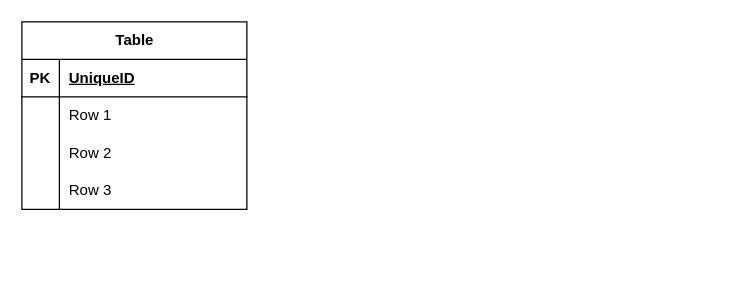
The draw.io diagram trello.drawio in BenDavies1218/2023-OCT-trello, before the edit. Source tidied: cells renumbered, new cells numbered last; positions are measured from the earlier drawing's top-left corner, leaving out a move shared by most shapes. Both pictures are drawn from the tidied source at 125%, with x=0, y=0 at pixel (21, 21).
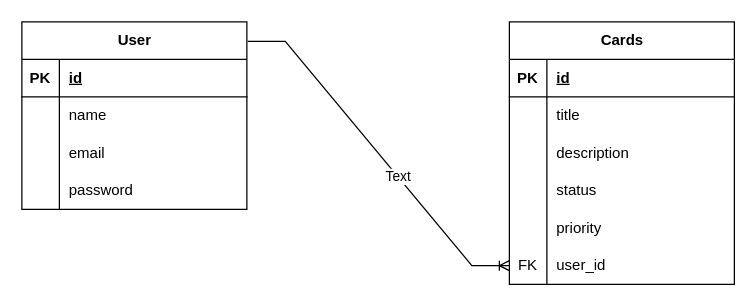
The same diagram, later.

Unchanged cells that the change refers to:
```xml
<mxCell id="3" style="shape=tableRow;horizontal=0;startSize=0;swimlaneHead=0;swimlaneBody=0;fillColor=none;top=0;left=0;right=0;bottom=1;" parent="2" vertex="1">
  <mxGeometry y="30" width="180" height="30" as="geometry" />
</mxCell>
<mxCell id="6" style="shape=tableRow;horizontal=0;startSize=0;swimlaneHead=0;swimlaneBody=0;fillColor=none;top=0;left=0;right=0;bottom=0;" parent="2" vertex="1">
  <mxGeometry y="60" width="180" height="30" as="geometry" />
</mxCell>
<mxCell id="9" style="shape=tableRow;horizontal=0;startSize=0;swimlaneHead=0;swimlaneBody=0;fillColor=none;top=0;left=0;right=0;bottom=0;" parent="2" vertex="1">
  <mxGeometry y="90" width="180" height="30" as="geometry" />
</mxCell>
<mxCell id="12" style="shape=tableRow;horizontal=0;startSize=0;swimlaneHead=0;swimlaneBody=0;fillColor=none;top=0;left=0;right=0;bottom=0;" parent="2" vertex="1">
  <mxGeometry y="120" width="180" height="30" as="geometry" />
</mxCell>
```

Diff of the diagram source:
```diff
@@
-    <mxCell id="2" value="Table" style="shape=table;startSize=30;childLayout=tableLayout;rowLines=0;fontStyle=1;align=center;html=1;" parent="1" vertex="1">
+    <mxCell id="2" value="User" style="shape=table;startSize=30;childLayout=tableLayout;rowLines=0;fontStyle=1;align=center;html=1;" parent="1" vertex="1">
       <mxGeometry width="180" height="150" as="geometry" />
     </mxCell>
@@
-    <mxCell id="5" value="UniqueID" style="shape=partialRectangle;fillColor=none;top=0;left=0;bottom=0;right=0;align=left;spacingLeft=6;fontStyle=5;overflow=hidden;whiteSpace=wrap;html=1;" parent="3" vertex="1">
+    <mxCell id="5" value="id" style="shape=partialRectangle;fillColor=none;top=0;left=0;bottom=0;right=0;align=left;spacingLeft=6;fontStyle=5;overflow=hidden;whiteSpace=wrap;html=1;" parent="3" vertex="1">
       <mxGeometry x="30" width="150" height="30" as="geometry" />
     </mxCell>
@@
-    <mxCell id="8" value="Row 1" style="shape=partialRectangle;fillColor=none;top=0;left=0;bottom=0;right=0;align=left;spacingLeft=6;overflow=hidden;whiteSpace=wrap;html=1;" parent="6" vertex="1">
+    <mxCell id="8" value="name" style="shape=partialRectangle;fillColor=none;top=0;left=0;bottom=0;right=0;align=left;spacingLeft=6;overflow=hidden;whiteSpace=wrap;html=1;" parent="6" vertex="1">
       <mxGeometry x="30" width="150" height="30" as="geometry" />
     </mxCell>
@@
-    <mxCell id="11" value="Row 2" style="shape=partialRectangle;fillColor=none;top=0;left=0;bottom=0;right=0;align=left;spacingLeft=6;overflow=hidden;whiteSpace=wrap;html=1;" parent="9" vertex="1">
+    <mxCell id="11" value="email" style="shape=partialRectangle;fillColor=none;top=0;left=0;bottom=0;right=0;align=left;spacingLeft=6;overflow=hidden;whiteSpace=wrap;html=1;" parent="9" vertex="1">
       <mxGeometry x="30" width="150" height="30" as="geometry" />
     </mxCell>
@@
-    <mxCell id="14" value="Row 3" style="shape=partialRectangle;fillColor=none;top=0;left=0;bottom=0;right=0;align=left;spacingLeft=6;overflow=hidden;whiteSpace=wrap;html=1;" parent="12" vertex="1">
+    <mxCell id="14" value="password&lt;span style=&quot;white-space: pre;&quot;&gt;&#9;&lt;/span&gt;&lt;span style=&quot;white-space: pre;&quot;&gt;&#9;&lt;/span&gt;&lt;span style=&quot;white-space: pre;&quot;&gt;&#9;&lt;/span&gt;&lt;span style=&quot;white-space: pre;&quot;&gt;&#9;&lt;/span&gt;&lt;span style=&quot;white-space: pre;&quot;&gt;&#9;&lt;/span&gt;&lt;span style=&quot;white-space: pre;&quot;&gt;&#9;&lt;/span&gt;" style="shape=partialRectangle;fillColor=none;top=0;left=0;bottom=0;right=0;align=left;spacingLeft=6;overflow=hidden;whiteSpace=wrap;html=1;" parent="12" vertex="1">
       <mxGeometry x="30" width="150" height="30" as="geometry" />
     </mxCell>
+    <mxCell id="15" value="Cards" style="shape=table;startSize=30;childLayout=tableLayout;rowLines=0;fontStyle=1;align=center;html=1;" parent="1" vertex="1">
+      <mxGeometry x="390" width="180" height="210" as="geometry" />
+    </mxCell>
+    <mxCell id="16" style="shape=tableRow;horizontal=0;startSize=0;swimlaneHead=0;swimlaneBody=0;fillColor=none;top=0;left=0;right=0;bottom=1;" parent="15" vertex="1">
+      <mxGeometry y="30" width="180" height="30" as="geometry" />
+    </mxCell>
+    <mxCell id="17" value="PK" style="shape=partialRectangle;fillColor=none;top=0;left=0;bottom=0;right=0;fontStyle=1;overflow=hidden;whiteSpace=wrap;html=1;" parent="16" vertex="1">
+      <mxGeometry width="30" height="30" as="geometry" />
+    </mxCell>
+    <mxCell id="18" value="id" style="shape=partialRectangle;fillColor=none;top=0;left=0;bottom=0;right=0;align=left;spacingLeft=6;fontStyle=5;overflow=hidden;whiteSpace=wrap;html=1;" parent="16" vertex="1">
+      <mxGeometry x="30" width="150" height="30" as="geometry" />
+    </mxCell>
+    <mxCell id="19" style="shape=tableRow;horizontal=0;startSize=0;swimlaneHead=0;swimlaneBody=0;fillColor=none;top=0;left=0;right=0;bottom=0;" parent="15" vertex="1">
+      <mxGeometry y="60" width="180" height="30" as="geometry" />
+    </mxCell>
+    <mxCell id="20" style="shape=partialRectangle;fillColor=none;top=0;left=0;bottom=0;right=0;overflow=hidden;whiteSpace=wrap;html=1;" parent="19" vertex="1">
+      <mxGeometry width="30" height="30" as="geometry" />
+    </mxCell>
+    <mxCell id="21" value="title&lt;span style=&quot;white-space: pre;&quot;&gt;&#9;&lt;/span&gt;&lt;span style=&quot;white-space: pre;&quot;&gt;&#9;&lt;/span&gt;&lt;span style=&quot;white-space: pre;&quot;&gt;&#9;&lt;/span&gt;&lt;span style=&quot;white-space: pre;&quot;&gt;&#9;&lt;/span&gt;" style="shape=partialRectangle;fillColor=none;top=0;left=0;bottom=0;right=0;align=left;spacingLeft=6;overflow=hidden;whiteSpace=wrap;html=1;" parent="19" vertex="1">
+      <mxGeometry x="30" width="150" height="30" as="geometry" />
+    </mxCell>
+    <mxCell id="22" style="shape=tableRow;horizontal=0;startSize=0;swimlaneHead=0;swimlaneBody=0;fillColor=none;top=0;left=0;right=0;bottom=0;" parent="15" vertex="1">
+      <mxGeometry y="90" width="180" height="30" as="geometry" />
+    </mxCell>
+    <mxCell id="23" style="shape=partialRectangle;fillColor=none;top=0;left=0;bottom=0;right=0;overflow=hidden;whiteSpace=wrap;html=1;" parent="22" vertex="1">
+      <mxGeometry width="30" height="30" as="geometry" />
+    </mxCell>
+    <mxCell id="24" value="description&lt;span style=&quot;white-space: pre;&quot;&gt;&#9;&lt;/span&gt;" style="shape=partialRectangle;fillColor=none;top=0;left=0;bottom=0;right=0;align=left;spacingLeft=6;overflow=hidden;whiteSpace=wrap;html=1;" parent="22" vertex="1">
+      <mxGeometry x="30" width="150" height="30" as="geometry" />
+    </mxCell>
+    <mxCell id="25" style="shape=tableRow;horizontal=0;startSize=0;swimlaneHead=0;swimlaneBody=0;fillColor=none;top=0;left=0;right=0;bottom=0;" parent="15" vertex="1">
+      <mxGeometry y="120" width="180" height="30" as="geometry" />
+    </mxCell>
+    <mxCell id="26" style="shape=partialRectangle;fillColor=none;top=0;left=0;bottom=0;right=0;overflow=hidden;whiteSpace=wrap;html=1;" parent="25" vertex="1">
+      <mxGeometry width="30" height="30" as="geometry" />
+    </mxCell>
+    <mxCell id="27" value="status&lt;span style=&quot;white-space: pre;&quot;&gt;&#9;&lt;/span&gt;" style="shape=partialRectangle;fillColor=none;top=0;left=0;bottom=0;right=0;align=left;spacingLeft=6;overflow=hidden;whiteSpace=wrap;html=1;" parent="25" vertex="1">
+      <mxGeometry x="30" width="150" height="30" as="geometry" />
+    </mxCell>
+    <mxCell id="28" style="shape=tableRow;horizontal=0;startSize=0;swimlaneHead=0;swimlaneBody=0;fillColor=none;top=0;left=0;right=0;bottom=0;" parent="15" vertex="1">
+      <mxGeometry y="150" width="180" height="30" as="geometry" />
+    </mxCell>
+    <mxCell id="29" style="shape=partialRectangle;fillColor=none;top=0;left=0;bottom=0;right=0;overflow=hidden;whiteSpace=wrap;html=1;" parent="28" vertex="1">
+      <mxGeometry width="30" height="30" as="geometry" />
+    </mxCell>
+    <mxCell id="30" value="priority" style="shape=partialRectangle;fillColor=none;top=0;left=0;bottom=0;right=0;align=left;spacingLeft=6;overflow=hidden;whiteSpace=wrap;html=1;" parent="28" vertex="1">
+      <mxGeometry x="30" width="150" height="30" as="geometry" />
+    </mxCell>
+    <mxCell id="31" style="shape=tableRow;horizontal=0;startSize=0;swimlaneHead=0;swimlaneBody=0;fillColor=none;points=[[0,0.5],[1,0.5]];portConstraint=eastwest;top=0;left=0;right=0;bottom=0;" parent="15" vertex="1">
+      <mxGeometry y="180" width="180" height="30" as="geometry" />
+    </mxCell>
+    <mxCell id="32" value="FK" style="shape=partialRectangle;fillColor=none;top=0;left=0;bottom=0;right=0;overflow=hidden;whiteSpace=wrap;html=1;" parent="31" vertex="1">
+      <mxGeometry width="30" height="30" as="geometry" />
+    </mxCell>
+    <mxCell id="33" value="user_id" style="shape=partialRectangle;fillColor=none;top=0;left=0;bottom=0;right=0;align=left;spacingLeft=6;overflow=hidden;whiteSpace=wrap;html=1;" parent="31" vertex="1">
+      <mxGeometry x="30" width="150" height="30" as="geometry" />
+    </mxCell>
+    <mxCell id="34" style="edgeStyle=entityRelationEdgeStyle;fontSize=12;html=1;endArrow=ERoneToMany;rounded=0;entryX=0;entryY=0.5;entryDx=0;entryDy=0;exitX=1.004;exitY=0.104;exitDx=0;exitDy=0;exitPerimeter=0;" parent="1" edge="1" source="2" target="31">
+      <mxGeometry relative="1" as="geometry" />
+    </mxCell>
+    <mxCell id="35" value="Text" style="edgeLabel;html=1;align=center;verticalAlign=middle;" parent="34" vertex="1">
+      <mxGeometry x="0.16" relative="1" as="geometry" />
+    </mxCell>
```
